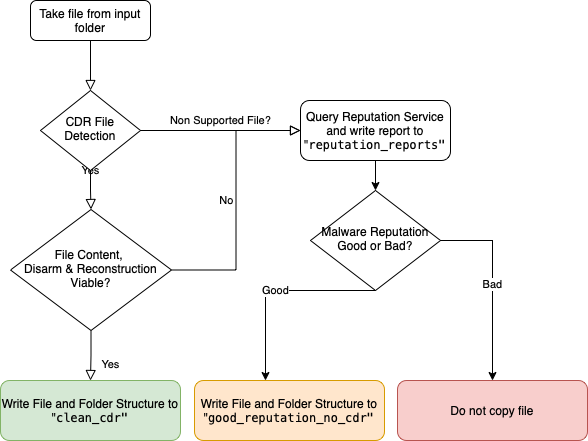
This is images/Flowchart.drawio.png from gw-engineering/community-gw-cdr-and-reputation-check, a draw.io export, as it was before one commit. Source tidied: cells renumbered, new cells last; positions are measured from the earlier drawing's top-left corner, leaving out a move shared by most shapes.
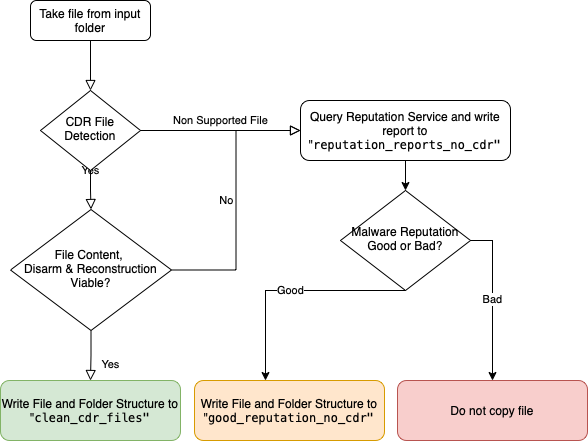
Above is the later version.

Change to the diagram source:
```diff
@@ -11,7 +11,7 @@
     <mxCell id="4" value="Yes" style="rounded=0;html=1;jettySize=auto;fontSize=11;endArrow=block;endFill=0;endSize=8;strokeWidth=1;shadow=0;labelBackgroundColor=none;edgeStyle=orthogonalEdgeStyle;" parent="1" edge="1" source="6" target="9">
       <mxGeometry y="20" relative="1" as="geometry" />
     </mxCell>
-    <mxCell id="5" value="Non Supported File?" style="edgeStyle=orthogonalEdgeStyle;rounded=0;html=1;jettySize=auto;fontSize=11;endArrow=block;endFill=0;endSize=8;strokeWidth=1;shadow=0;labelBackgroundColor=none;entryX=0;entryY=0.5;entryDx=0;entryDy=0;" parent="1" edge="1" source="6" target="13">
+    <mxCell id="5" value="Non Supported File" style="edgeStyle=orthogonalEdgeStyle;rounded=0;html=1;jettySize=auto;fontSize=11;endArrow=block;endFill=0;endSize=8;strokeWidth=1;shadow=0;labelBackgroundColor=none;entryX=0;entryY=0.5;entryDx=0;entryDy=0;" parent="1" edge="1" source="6" target="13">
       <mxGeometry y="10" relative="1" as="geometry" />
     </mxCell>
     <mxCell id="6" value="CDR File Detection" style="rhombus;whiteSpace=wrap;html=1;shadow=0;fontFamily=Helvetica;fontSize=12;align=center;strokeWidth=1;spacing=6;spacingTop=-4;" parent="1" vertex="1">
@@ -26,7 +26,7 @@
     <mxCell id="9" value="File Content, &lt;br&gt;Disarm &amp;amp; Reconstruction Viable?" style="rhombus;whiteSpace=wrap;html=1;shadow=0;fontFamily=Helvetica;fontSize=12;align=center;strokeWidth=1;spacing=6;spacingTop=-4;" parent="1" vertex="1">
       <mxGeometry x="10" y="209" width="161" height="121" as="geometry" />
     </mxCell>
-    <mxCell id="10" value="Write File and Folder Structure to &quot;&lt;span style=&quot;font-family: Menlo, Monaco, &amp;quot;Courier New&amp;quot;, monospace; text-align: start;&quot;&gt;clean_cdr&quot;&lt;/span&gt;" style="rounded=1;whiteSpace=wrap;html=1;fontSize=12;glass=0;strokeWidth=1;shadow=0;labelBackgroundColor=none;fillColor=#d5e8d4;strokeColor=#82b366;" parent="1" vertex="1">
+    <mxCell id="10" value="Write File and Folder Structure to &quot;&lt;span style=&quot;font-family: Menlo, Monaco, &amp;quot;Courier New&amp;quot;, monospace; text-align: start;&quot;&gt;clean_cdr_files&quot;&lt;/span&gt;" style="rounded=1;whiteSpace=wrap;html=1;fontSize=12;glass=0;strokeWidth=1;shadow=0;labelBackgroundColor=none;fillColor=#d5e8d4;strokeColor=#82b366;" parent="1" vertex="1">
       <mxGeometry y="380" width="180" height="60" as="geometry" />
     </mxCell>
     <mxCell id="11" value="Write File and Folder Structure to &quot;&lt;span style=&quot;font-family: Menlo, Monaco, &amp;quot;Courier New&amp;quot;, monospace; text-align: start;&quot;&gt;good_reputation_no_cdr&lt;/span&gt;&lt;span style=&quot;font-family: Menlo, Monaco, &amp;quot;Courier New&amp;quot;, monospace; text-align: start;&quot;&gt;&quot;&lt;/span&gt;" style="rounded=1;whiteSpace=wrap;html=1;fontSize=12;glass=0;strokeWidth=1;shadow=0;labelBackgroundColor=none;fillColor=#ffe6cc;strokeColor=#d79b00;" parent="1" vertex="1">
@@ -35,8 +35,8 @@
     <mxCell id="12" style="edgeStyle=orthogonalEdgeStyle;rounded=0;jettySize=auto;html=1;exitX=0.5;exitY=1;exitDx=0;exitDy=0;fontColor=#000000;" parent="1" edge="1" source="13" target="16">
       <mxGeometry relative="1" as="geometry" />
     </mxCell>
-    <mxCell id="13" value="Query Reputation Service and write report to &quot;&lt;span style=&quot;font-family: Menlo, Monaco, &amp;quot;Courier New&amp;quot;, monospace; text-align: start;&quot;&gt;reputation_reports&quot;&lt;br&gt;&lt;/span&gt;" style="rounded=1;whiteSpace=wrap;html=1;fontSize=12;glass=0;strokeWidth=1;shadow=0;fontColor=#000000;labelBackgroundColor=default;strokeColor=#000000;" parent="1" vertex="1">
-      <mxGeometry x="300" y="100" width="150" height="60" as="geometry" />
+    <mxCell id="13" value="Query Reputation Service and write report to &quot;&lt;span style=&quot;font-family: Menlo, Monaco, &amp;quot;Courier New&amp;quot;, monospace; text-align: start;&quot;&gt;reputation_reports_no_cdr&lt;/span&gt;&lt;span style=&quot;font-family: Menlo, Monaco, &amp;quot;Courier New&amp;quot;, monospace; text-align: start;&quot;&gt;&quot;&lt;/span&gt;" style="rounded=1;whiteSpace=wrap;html=1;fontSize=12;glass=0;strokeWidth=1;shadow=0;fontColor=#000000;labelBackgroundColor=default;strokeColor=#000000;" parent="1" vertex="1">
+      <mxGeometry x="300" y="100" width="210" height="60" as="geometry" />
     </mxCell>
     <mxCell id="14" value="Good" style="edgeStyle=orthogonalEdgeStyle;rounded=0;jettySize=auto;html=1;exitX=0.5;exitY=1;exitDx=0;exitDy=0;fontColor=#000000;" parent="1" edge="1" source="16" target="11">
       <mxGeometry relative="1" as="geometry">
@@ -49,7 +49,7 @@
       <mxGeometry relative="1" as="geometry" />
     </mxCell>
     <mxCell id="16" value="Malware Reputation Good or Bad?" style="rhombus;whiteSpace=wrap;html=1;shadow=0;fontFamily=Helvetica;fontSize=12;align=center;strokeWidth=1;spacing=6;spacingTop=-4;" parent="1" vertex="1">
-      <mxGeometry x="310" y="190" width="130" height="100" as="geometry" />
+      <mxGeometry x="340" y="190" width="130" height="100" as="geometry" />
     </mxCell>
     <mxCell id="17" value="Do not copy file" style="rounded=1;whiteSpace=wrap;html=1;fontSize=12;glass=0;strokeWidth=1;shadow=0;labelBackgroundColor=none;fillColor=#f8cecc;strokeColor=#b85450;" parent="1" vertex="1">
       <mxGeometry x="397" y="380" width="190" height="60" as="geometry" />
```
